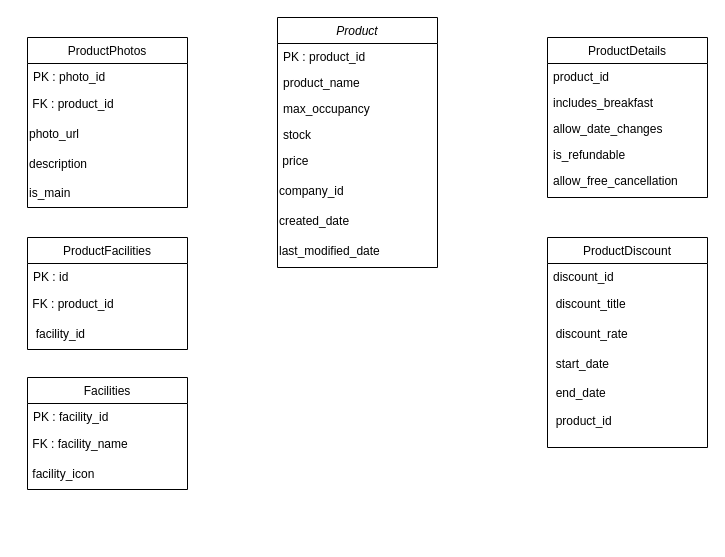
The draw.io diagram 未命名绘图.drawio in jacob21311/cv, before the edit. Source tidied: cells renumbered, new cells numbered last; positions are measured from the earlier drawing's top-left corner, leaving out a move shared by most shapes. Both pictures are drawn from the tidied source at 100%, with x=0, y=0 at pixel (27, 17).
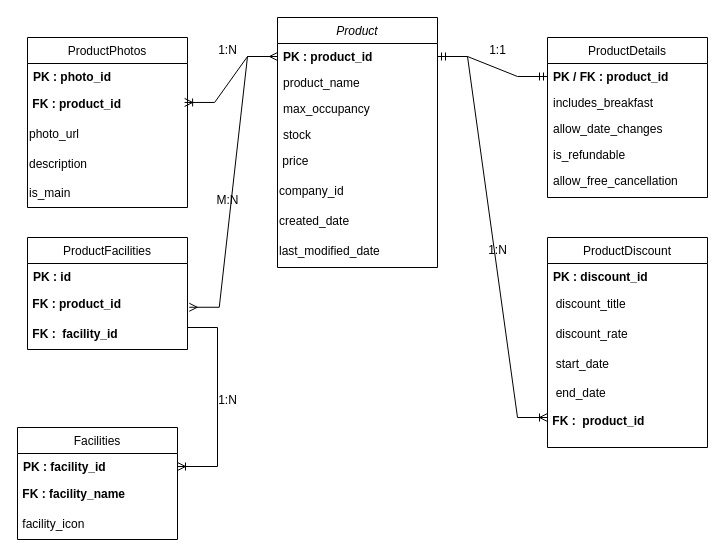
The same page after the edit.

Unchanged cells that the change refers to:
```xml
<mxCell id="2" value="Product" style="swimlane;fontStyle=2;align=center;verticalAlign=top;horizontal=1;startSize=26;rounded=0;shadow=0;strokeWidth=1;" parent="1" vertex="1">
  <mxGeometry x="250" width="160" height="250" as="geometry" />
</mxCell>
<mxCell id="11" value="ProductDiscount" style="swimlane;fontStyle=0;align=center;verticalAlign=top;horizontal=1;startSize=26;rounded=0;shadow=0;strokeWidth=1;" parent="1" vertex="1">
  <mxGeometry x="520" y="220" width="160" height="210" as="geometry" />
</mxCell>
<mxCell id="18" value="ProductDetails" style="swimlane;fontStyle=0;align=center;verticalAlign=top;horizontal=1;startSize=26;rounded=0;shadow=0;strokeWidth=1;" parent="1" vertex="1">
  <mxGeometry x="520" y="20" width="160" height="160" as="geometry" />
</mxCell>
<mxCell id="24" value="ProductPhotos" style="swimlane;fontStyle=0;align=center;verticalAlign=top;horizontal=1;startSize=26;rounded=0;shadow=0;strokeWidth=1;" parent="1" vertex="1">
  <mxGeometry y="20" width="160" height="170" as="geometry" />
</mxCell>
<mxCell id="30" value="ProductFacilities" style="swimlane;fontStyle=0;align=center;verticalAlign=top;horizontal=1;startSize=26;rounded=0;shadow=0;strokeWidth=1;" parent="1" vertex="1">
  <mxGeometry y="220" width="160" height="112" as="geometry" />
</mxCell>
```

What changed in the source:
```diff
@@
-    <mxCell id="3" value="PK : product_id" style="text;align=left;verticalAlign=top;spacingLeft=4;spacingRight=4;overflow=hidden;points=[[0,0.5],[1,0.5]];portConstraint=eastwest;" parent="2" vertex="1">
+    <mxCell id="3" value="PK : product_id" style="text;align=left;verticalAlign=top;spacingLeft=4;spacingRight=4;overflow=hidden;points=[[0,0.5],[1,0.5]];portConstraint=eastwest;fontStyle=1;" parent="2" vertex="1">
       <mxGeometry y="26" width="160" height="26" as="geometry" />
     </mxCell>
@@
-    <mxCell id="12" value="discount_id" style="text;align=left;verticalAlign=top;spacingLeft=4;spacingRight=4;overflow=hidden;" parent="11" vertex="1">
+    <mxCell id="12" value="PK : discount_id" style="text;align=left;verticalAlign=top;spacingLeft=4;spacingRight=4;overflow=hidden;fontStyle=1;" parent="11" vertex="1">
       <mxGeometry y="26" width="160" height="26" as="geometry" />
     </mxCell>
@@
-    <mxCell id="17" value="&amp;nbsp; product_id" style="text;whiteSpace=wrap;html=1;" parent="11" vertex="1">
+    <mxCell id="17" value="&lt;b&gt;&amp;nbsp;FK :&amp;nbsp; product_id&lt;/b&gt;" style="text;whiteSpace=wrap;html=1;" parent="11" vertex="1">
       <mxGeometry y="170" width="160" height="40" as="geometry" />
     </mxCell>
@@
-    <mxCell id="19" value="product_id" style="text;align=left;verticalAlign=top;spacingLeft=4;spacingRight=4;overflow=hidden;points=[[0,0.5],[1,0.5]];portConstraint=eastwest;" parent="18" vertex="1">
+    <mxCell id="19" value="PK / FK : product_id" style="text;align=left;verticalAlign=top;spacingLeft=4;spacingRight=4;overflow=hidden;points=[[0,0.5],[1,0.5]];portConstraint=eastwest;fontStyle=1;" parent="18" vertex="1">
       <mxGeometry y="26" width="160" height="26" as="geometry" />
     </mxCell>
@@
-    <mxCell id="25" value="PK : photo_id" style="text;align=left;verticalAlign=top;spacingLeft=4;spacingRight=4;overflow=hidden;" parent="24" vertex="1">
+    <mxCell id="25" value="PK : photo_id" style="text;align=left;verticalAlign=top;spacingLeft=4;spacingRight=4;overflow=hidden;fontStyle=1;" parent="24" vertex="1">
       <mxGeometry y="26" width="160" height="26" as="geometry" />
     </mxCell>
-    <mxCell id="26" value="&amp;nbsp;FK : product_id" style="text;html=1;align=left;verticalAlign=middle;points=[];strokeColor=none;fillColor=none;" parent="24" vertex="1">
+    <mxCell id="26" value="&lt;b&gt;&amp;nbsp;FK : product_id&lt;/b&gt;" style="text;html=1;align=left;verticalAlign=middle;points=[];strokeColor=none;fillColor=none;" parent="24" vertex="1">
       <mxGeometry y="52" width="160" height="30" as="geometry" />
     </mxCell>
@@
-    <mxCell id="31" value="PK : id" style="text;align=left;verticalAlign=top;spacingLeft=4;spacingRight=4;overflow=hidden;" parent="30" vertex="1">
+    <mxCell id="31" value="PK : id" style="text;align=left;verticalAlign=top;spacingLeft=4;spacingRight=4;overflow=hidden;fontStyle=1;" parent="30" vertex="1">
       <mxGeometry y="26" width="160" height="26" as="geometry" />
     </mxCell>
-    <mxCell id="32" value="&amp;nbsp;FK : product_id" style="text;html=1;align=left;verticalAlign=middle;points=[];strokeColor=none;fillColor=none;" parent="30" vertex="1">
+    <mxCell id="32" value="&lt;b&gt;&amp;nbsp;FK : product_id&lt;/b&gt;" style="text;html=1;align=left;verticalAlign=middle;points=[];strokeColor=none;fillColor=none;" parent="30" vertex="1">
       <mxGeometry y="52" width="160" height="30" as="geometry" />
     </mxCell>
-    <mxCell id="33" value="&amp;nbsp; facility_id" style="text;html=1;align=left;verticalAlign=middle;strokeColor=none;fillColor=none;" parent="30" vertex="1">
+    <mxCell id="33" value="&lt;b&gt;&amp;nbsp;FK :&amp;nbsp; facility_id&lt;/b&gt;" style="text;html=1;align=left;verticalAlign=middle;strokeColor=none;fillColor=none;" parent="30" vertex="1">
       <mxGeometry y="82" width="160" height="30" as="geometry" />
     </mxCell>
     <mxCell id="34" value="Facilities" style="swimlane;fontStyle=0;align=center;verticalAlign=top;horizontal=1;startSize=26;rounded=0;shadow=0;strokeWidth=1;" parent="1" vertex="1">
-      <mxGeometry y="360" width="160" height="112" as="geometry" />
+      <mxGeometry x="-10" y="410" width="160" height="112" as="geometry" />
     </mxCell>
-    <mxCell id="35" value="PK : facility_id" style="text;align=left;verticalAlign=top;spacingLeft=4;spacingRight=4;overflow=hidden;points=[[0,0.5],[1,0.5]];portConstraint=eastwest;" parent="34" vertex="1">
+    <mxCell id="35" value="PK : facility_id" style="text;align=left;verticalAlign=top;spacingLeft=4;spacingRight=4;overflow=hidden;points=[[0,0.5],[1,0.5]];portConstraint=eastwest;fontStyle=1;" parent="34" vertex="1">
       <mxGeometry y="26" width="160" height="26" as="geometry" />
     </mxCell>
-    <mxCell id="36" value="&amp;nbsp;FK :&amp;nbsp;facility_name" style="text;html=1;align=left;verticalAlign=middle;strokeColor=none;fillColor=none;" parent="34" vertex="1">
+    <mxCell id="36" value="&lt;b&gt;&amp;nbsp;FK :&amp;nbsp;facility_name&lt;/b&gt;" style="text;html=1;align=left;verticalAlign=middle;strokeColor=none;fillColor=none;" parent="34" vertex="1">
       <mxGeometry y="52" width="160" height="30" as="geometry" />
     </mxCell>
@@
+    <mxCell id="38" style="edgeStyle=entityRelationEdgeStyle;fontSize=12;html=1;endArrow=ERoneToMany;rounded=0;exitX=1;exitY=0.536;exitDx=0;exitDy=0;exitPerimeter=0;" parent="1" edge="1" target="35">
+      <mxGeometry relative="1" as="geometry">
+        <mxPoint x="160" y="310" as="sourcePoint" />
+        <Array as="points">
+          <mxPoint y="371.9" />
+          <mxPoint x="10" y="321.9" />
+        </Array>
+      </mxGeometry>
+    </mxCell>
+    <mxCell id="39" style="edgeStyle=entityRelationEdgeStyle;fontSize=12;html=1;endArrow=ERoneToMany;rounded=0;exitX=0;exitY=0.5;exitDx=0;exitDy=0;entryX=0.982;entryY=0.432;entryDx=0;entryDy=0;entryPerimeter=0;" parent="1" edge="1" source="3" target="26">
+      <mxGeometry relative="1" as="geometry">
+        <Array as="points">
+          <mxPoint x="148" y="1" />
+          <mxPoint x="38" y="31" />
+          <mxPoint x="88" y="121" />
+          <mxPoint x="148" y="121" />
+          <mxPoint x="148" y="121" />
+          <mxPoint x="88" y="31" />
+          <mxPoint x="98" y="-49" />
+          <mxPoint x="98" y="41" />
+          <mxPoint x="148" y="1" />
+          <mxPoint x="128" y="1" />
+          <mxPoint x="-32" y="73.4" />
+          <mxPoint x="68" y="41" />
+          <mxPoint x="-22" y="23.4" />
+        </Array>
+      </mxGeometry>
+    </mxCell>
+    <mxCell id="40" style="edgeStyle=entityRelationEdgeStyle;fontSize=12;html=1;endArrow=ERmandOne;startArrow=ERmandOne;rounded=0;exitX=1;exitY=0.5;exitDx=0;exitDy=0;entryX=0;entryY=0.5;entryDx=0;entryDy=0;" parent="1" edge="1" source="3" target="19">
+      <mxGeometry relative="1" as="geometry" />
+    </mxCell>
+    <mxCell id="41" style="edgeStyle=entityRelationEdgeStyle;fontSize=12;html=1;endArrow=ERoneToMany;rounded=0;exitX=1;exitY=0.5;exitDx=0;exitDy=0;entryX=0;entryY=0.25;entryDx=0;entryDy=0;" parent="1" edge="1" source="3" target="17">
+      <mxGeometry relative="1" as="geometry">
+        <Array as="points">
+          <mxPoint x="372" y="413" />
+          <mxPoint x="262" y="443" />
+          <mxPoint x="312" y="533" />
+          <mxPoint x="372" y="533" />
+          <mxPoint x="372" y="533" />
+          <mxPoint x="312" y="443" />
+          <mxPoint x="322" y="363" />
+          <mxPoint x="322" y="453" />
+          <mxPoint x="372" y="413" />
+          <mxPoint x="352" y="413" />
+          <mxPoint x="192" y="485.4" />
+          <mxPoint x="292" y="453" />
+          <mxPoint x="202" y="435.4" />
+        </Array>
+      </mxGeometry>
+    </mxCell>
+    <mxCell id="42" style="edgeStyle=entityRelationEdgeStyle;fontSize=12;html=1;endArrow=ERmany;startArrow=ERmany;rounded=0;entryX=0;entryY=0.5;entryDx=0;entryDy=0;exitX=1.011;exitY=0.592;exitDx=0;exitDy=0;exitPerimeter=0;" parent="1" edge="1" source="32" target="3">
+      <mxGeometry relative="1" as="geometry" />
+    </mxCell>
+    <mxCell id="43" value="1:N" style="text;html=1;align=center;verticalAlign=middle;strokeColor=none;fillColor=none;" parent="1" vertex="1">
+      <mxGeometry x="180" y="18" width="40" height="30" as="geometry" />
+    </mxCell>
+    <mxCell id="44" value="M:N" style="text;html=1;align=center;verticalAlign=middle;strokeColor=none;fillColor=none;" parent="1" vertex="1">
+      <mxGeometry x="175" y="168" width="50" height="30" as="geometry" />
+    </mxCell>
+    <mxCell id="45" value="1:N" style="text;html=1;align=center;verticalAlign=middle;strokeColor=none;fillColor=none;" parent="1" vertex="1">
+      <mxGeometry x="180" y="368" width="40" height="30" as="geometry" />
+    </mxCell>
+    <mxCell id="46" value="1:1" style="text;html=1;align=center;verticalAlign=middle;strokeColor=none;fillColor=none;" parent="1" vertex="1">
+      <mxGeometry x="450" y="18" width="40" height="30" as="geometry" />
+    </mxCell>
+    <mxCell id="47" value="1:N" style="text;html=1;align=center;verticalAlign=middle;strokeColor=none;fillColor=none;" parent="1" vertex="1">
+      <mxGeometry x="450" y="218" width="40" height="30" as="geometry" />
+    </mxCell>
```
